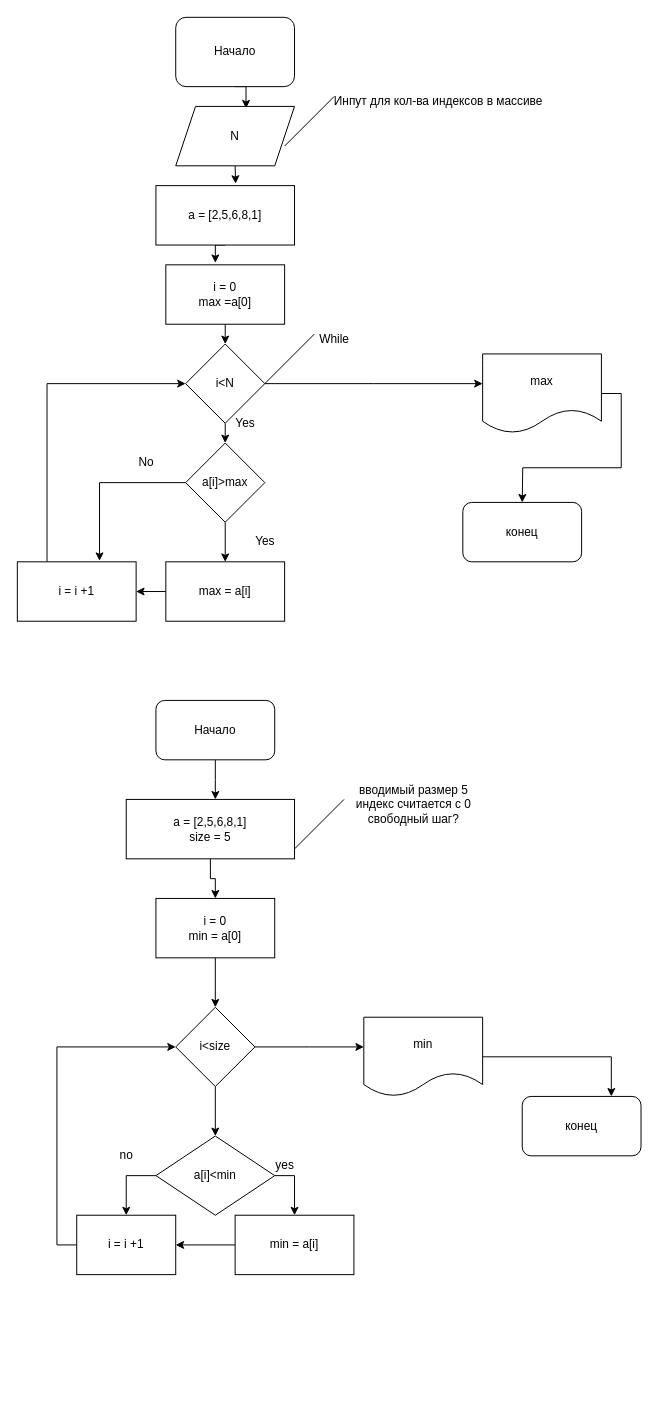
This is Untitled Diagram.drawio from AllLook/diagrams2, a draw.io file, before an edit. Source tidied: cells renumbered, new cells numbered last; positions are measured from the earlier drawing's top-left corner, leaving out a move shared by most shapes. Both pictures are drawn from the tidied source at 99%, with x=0, y=0 at pixel (17, 17).
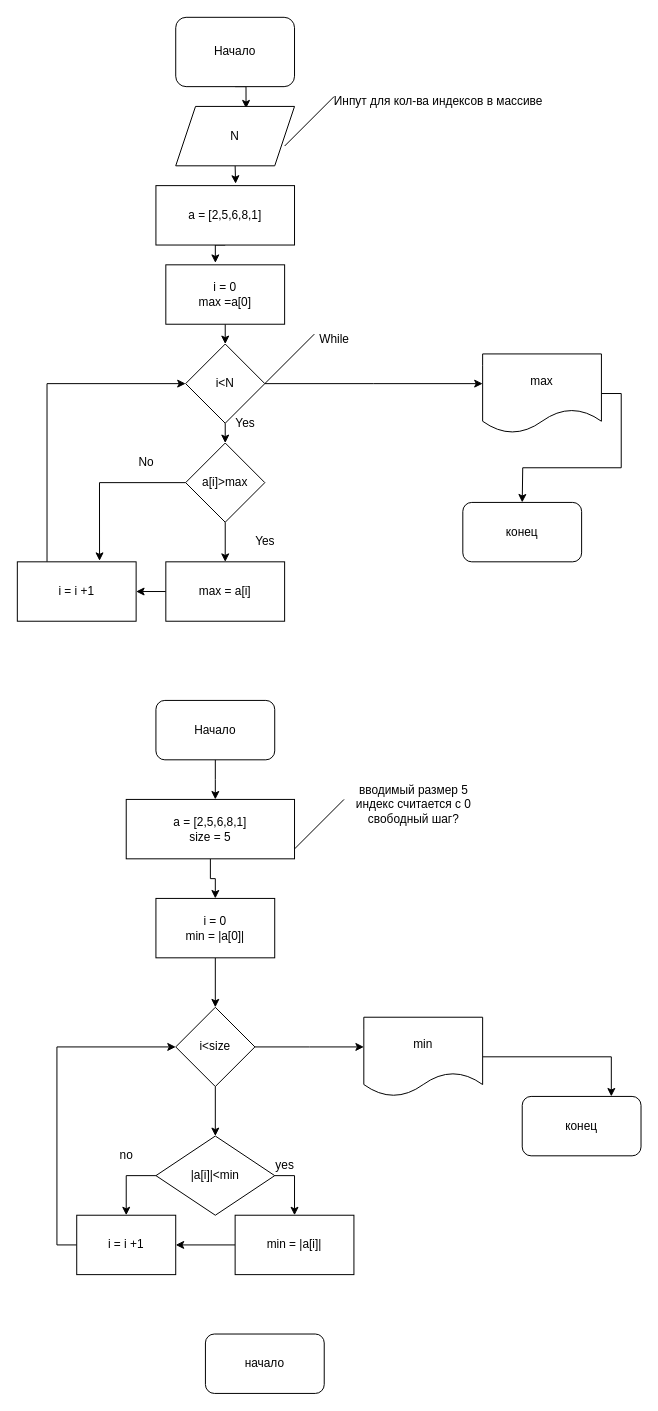
After the change.

What changed in the source:
```diff
@@
-    <mxCell id="35" value="i = 0&lt;br&gt;min = a[0]" style="rounded=0;whiteSpace=wrap;html=1;" parent="1" vertex="1">
+    <mxCell id="35" value="i = 0&lt;br&gt;min = |a[0]|" style="rounded=0;whiteSpace=wrap;html=1;" parent="1" vertex="1">
       <mxGeometry x="140" y="890" width="120" height="60" as="geometry" />
     </mxCell>
@@
-    <mxCell id="41" value="a[i]&amp;lt;min" style="rhombus;whiteSpace=wrap;html=1;" parent="1" vertex="1">
+    <mxCell id="41" value="|а[i]|&amp;lt;min" style="rhombus;whiteSpace=wrap;html=1;" parent="1" vertex="1">
       <mxGeometry x="140" y="1130" width="120" height="80" as="geometry" />
     </mxCell>
@@
-    <mxCell id="46" value="min = a[i]" style="rounded=0;whiteSpace=wrap;html=1;" parent="1" vertex="1">
+    <mxCell id="46" value="min = |a[i]|" style="rounded=0;whiteSpace=wrap;html=1;" parent="1" vertex="1">
       <mxGeometry x="220" y="1210" width="120" height="60" as="geometry" />
     </mxCell>
@@
+    <mxCell id="53" value="начало" style="rounded=1;whiteSpace=wrap;html=1;" parent="1" vertex="1">
+      <mxGeometry x="190" y="1330" width="120" height="60" as="geometry" />
+    </mxCell>
```
